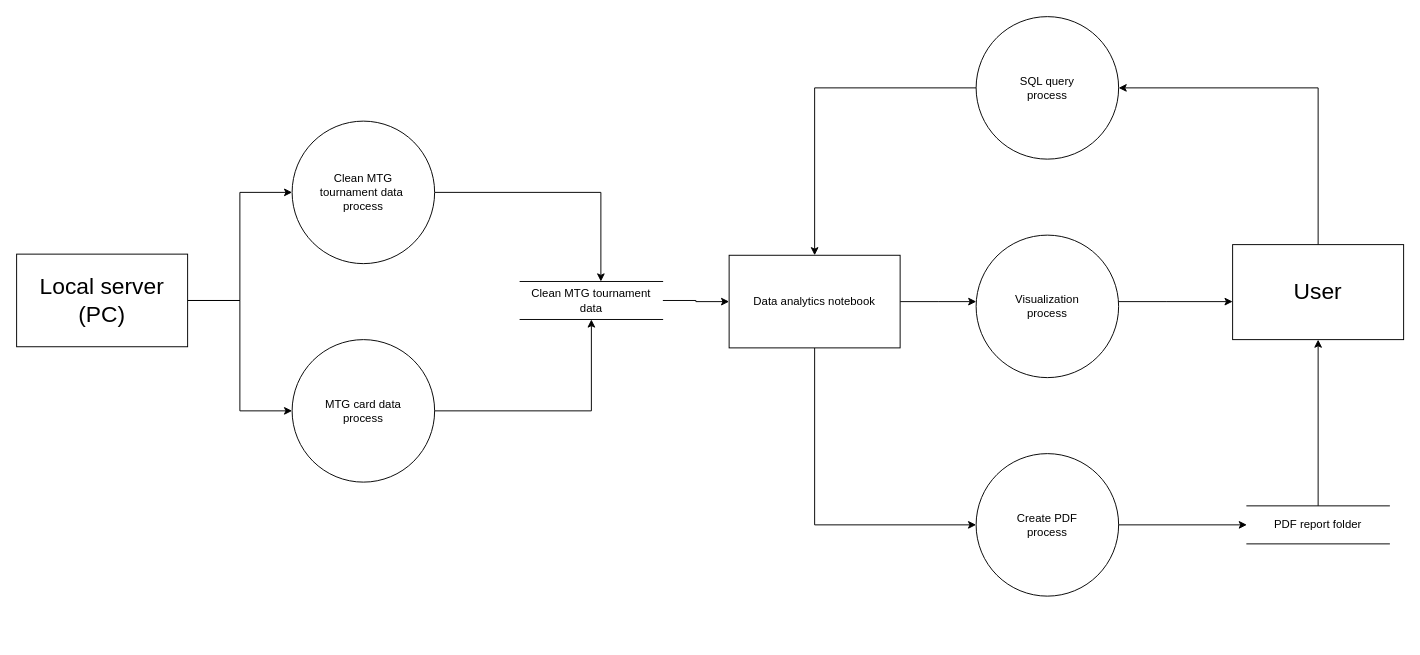
Earlier version of the draw.io diagram page "DFD-Level1" (2 of 3) of assets/images/portfolio/mcp-scrapper.drawio (gmarti-web/gmarti-web.github.io). Source tidied: cells renumbered, new cells numbered last; positions are measured from the earlier drawing's top-left corner, leaving out a move shared by most shapes. Both pictures are drawn from the tidied source at 95%, with x=0, y=0 at pixel (16, 16).
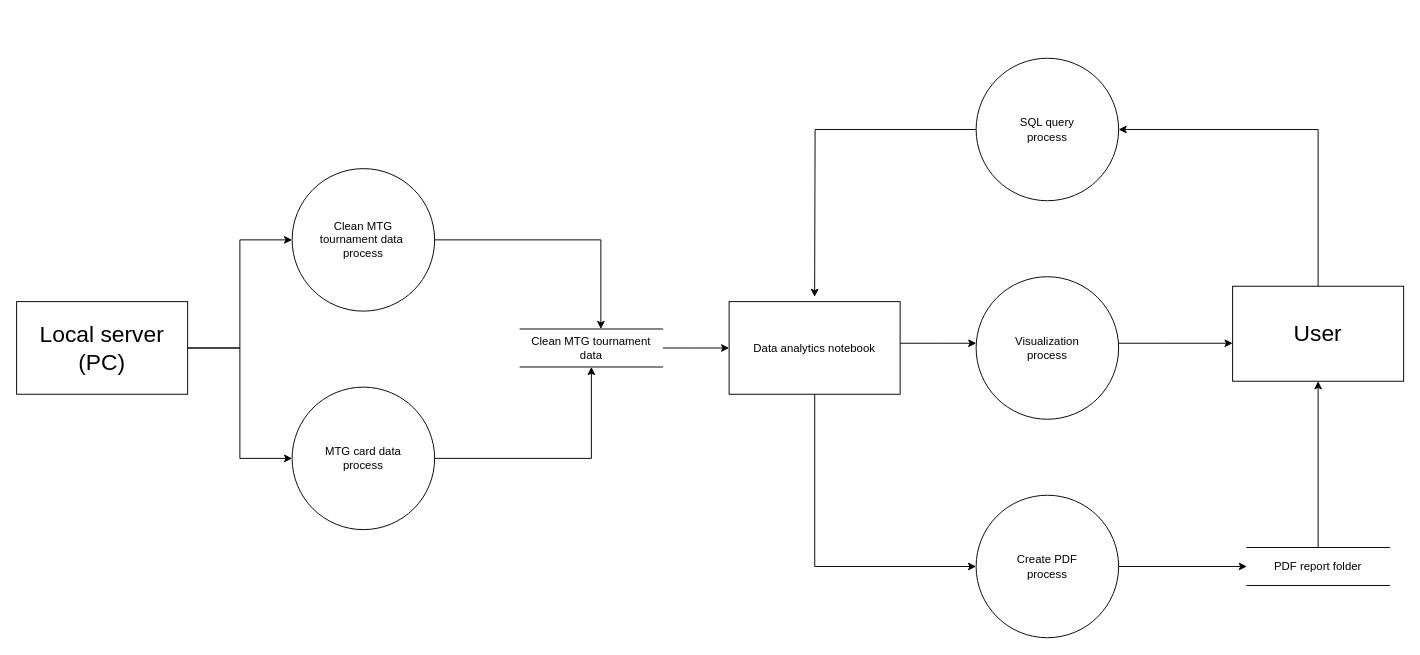
The same diagram, later.

Change to the diagram source:
```diff
@@
     <mxCell id="4" value="&lt;div&gt;&lt;font style=&quot;font-size: 24px;&quot;&gt;Local server&lt;/font&gt;&lt;/div&gt;&lt;div&gt;&lt;font style=&quot;font-size: 24px;&quot;&gt;(PC)&lt;/font&gt;&lt;/div&gt;" style="html=1;dashed=0;whiteSpace=wrap;" parent="1" vertex="1">
-      <mxGeometry y="250" width="180" height="97.5" as="geometry" />
+      <mxGeometry y="300" width="180" height="97.5" as="geometry" />
     </mxCell>
     <mxCell id="5" style="edgeStyle=orthogonalEdgeStyle;rounded=0;jettySize=auto;html=1;" parent="1" edge="1" source="6" target="10">
       <mxGeometry relative="1" as="geometry">
         <Array as="points">
-          <mxPoint x="615" y="185" />
+          <mxPoint x="615" y="235" />
         </Array>
       </mxGeometry>
     </mxCell>
     <mxCell id="6" value="&lt;div&gt;Clean MTG&lt;/div&gt;&lt;div&gt;tournament data&amp;nbsp;&lt;/div&gt;&lt;div&gt;process&lt;/div&gt;" style="shape=ellipse;html=1;dashed=0;whiteSpace=wrap;perimeter=ellipsePerimeter;" parent="1" vertex="1">
-      <mxGeometry x="290" y="110" width="150" height="150" as="geometry" />
+      <mxGeometry x="290" y="160" width="150" height="150" as="geometry" />
     </mxCell>
@@
     <mxCell id="8" value="&lt;div&gt;MTG card data&lt;/div&gt;&lt;div&gt;process&lt;/div&gt;" style="shape=ellipse;html=1;dashed=0;whiteSpace=wrap;perimeter=ellipsePerimeter;" parent="1" vertex="1">
-      <mxGeometry x="290" y="340" width="150" height="150" as="geometry" />
+      <mxGeometry x="290" y="390" width="150" height="150" as="geometry" />
     </mxCell>
@@
     <mxCell id="10" value="&lt;div&gt;Clean MTG tournament&lt;/div&gt;&lt;div&gt;data&lt;/div&gt;" style="html=1;dashed=0;whiteSpace=wrap;shape=partialRectangle;right=0;left=0;" parent="1" vertex="1">
-      <mxGeometry x="530" y="278.8" width="150" height="40" as="geometry" />
+      <mxGeometry x="530" y="328.8" width="150" height="40" as="geometry" />
     </mxCell>
-    <mxCell id="11" style="edgeStyle=orthogonalEdgeStyle;rounded=0;jettySize=auto;html=1;" parent="1" edge="1" source="13" target="19">
+    <mxCell id="11" style="edgeStyle=orthogonalEdgeStyle;rounded=0;jettySize=auto;html=1;" parent="1" edge="1" target="19">
       <mxGeometry relative="1" as="geometry">
+        <mxPoint x="930" y="343.8" as="sourcePoint" />
         <Array as="points">
-          <mxPoint x="970" y="300" />
-          <mxPoint x="970" y="300" />
+          <mxPoint x="970" y="343.8" />
+          <mxPoint x="970" y="343.8" />
         </Array>
       </mxGeometry>
     </mxCell>
-    <mxCell id="12" style="edgeStyle=orthogonalEdgeStyle;rounded=0;jettySize=auto;html=1;" parent="1" edge="1" source="13" target="21">
+    <mxCell id="12" style="edgeStyle=orthogonalEdgeStyle;rounded=0;jettySize=auto;html=1;" parent="1" edge="1" target="21">
       <mxGeometry relative="1" as="geometry">
+        <mxPoint x="840.1" y="392.5" as="sourcePoint" />
         <Array as="points">
-          <mxPoint x="840" y="535" />
+          <mxPoint x="840" y="578.8" />
         </Array>
       </mxGeometry>
     </mxCell>
     <mxCell id="13" value="Data analytics notebook" style="html=1;dashed=0;whiteSpace=wrap;" parent="1" vertex="1">
-      <mxGeometry x="750" y="251.2" width="180" height="97.5" as="geometry" />
+      <mxGeometry x="750" y="300" width="180" height="97.5" as="geometry" />
     </mxCell>
     <mxCell id="14" style="edgeStyle=orthogonalEdgeStyle;rounded=0;jettySize=auto;html=1;entryX=1;entryY=0.5;entryDx=0;entryDy=0;" parent="1" edge="1" source="15" target="17">
       <mxGeometry relative="1" as="geometry">
         <Array as="points">
-          <mxPoint x="1370" y="75" />
+          <mxPoint x="1370" y="118.8" />
         </Array>
       </mxGeometry>
     </mxCell>
     <mxCell id="15" value="&lt;font style=&quot;font-size: 24px;&quot;&gt;User&lt;/font&gt;" style="html=1;dashed=0;whiteSpace=wrap;" parent="1" vertex="1">
-      <mxGeometry x="1280" y="240" width="180" height="100" as="geometry" />
+      <mxGeometry x="1280" y="283.8" width="180" height="100" as="geometry" />
     </mxCell>
-    <mxCell id="16" style="edgeStyle=orthogonalEdgeStyle;rounded=0;jettySize=auto;html=1;entryX=0.5;entryY=0;entryDx=0;entryDy=0;" parent="1" edge="1" source="17" target="13">
-      <mxGeometry relative="1" as="geometry" />
+    <mxCell id="16" style="edgeStyle=orthogonalEdgeStyle;rounded=0;jettySize=auto;html=1;entryX=0.5;entryY=0;entryDx=0;entryDy=0;" parent="1" edge="1" source="17">
+      <mxGeometry relative="1" as="geometry">
+        <mxPoint x="840" y="295" as="targetPoint" />
+      </mxGeometry>
     </mxCell>
     <mxCell id="17" value="&lt;div&gt;SQL query&lt;/div&gt;&lt;div&gt;process&lt;/div&gt;" style="shape=ellipse;html=1;dashed=0;whiteSpace=wrap;perimeter=ellipsePerimeter;" parent="1" vertex="1">
-      <mxGeometry x="1010" width="150" height="150" as="geometry" />
+      <mxGeometry x="1010" y="43.8" width="150" height="150" as="geometry" />
     </mxCell>
     <mxCell id="18" style="edgeStyle=orthogonalEdgeStyle;rounded=0;jettySize=auto;html=1;" parent="1" edge="1" source="19" target="15">
       <mxGeometry relative="1" as="geometry">
         <Array as="points">
-          <mxPoint x="1210" y="300" />
-          <mxPoint x="1210" y="300" />
+          <mxPoint x="1210" y="343.8" />
+          <mxPoint x="1210" y="343.8" />
         </Array>
       </mxGeometry>
     </mxCell>
     <mxCell id="19" value="&lt;div&gt;Visualization&lt;/div&gt;&lt;div&gt;process&lt;/div&gt;" style="shape=ellipse;html=1;dashed=0;whiteSpace=wrap;perimeter=ellipsePerimeter;" parent="1" vertex="1">
-      <mxGeometry x="1010" y="230" width="150" height="150" as="geometry" />
+      <mxGeometry x="1010" y="273.8" width="150" height="150" as="geometry" />
     </mxCell>
@@
     <mxCell id="21" value="&lt;div&gt;Create PDF&lt;/div&gt;&lt;div&gt;process&lt;/div&gt;" style="shape=ellipse;html=1;dashed=0;whiteSpace=wrap;perimeter=ellipsePerimeter;" parent="1" vertex="1">
-      <mxGeometry x="1010" y="460" width="150" height="150" as="geometry" />
+      <mxGeometry x="1010" y="503.8" width="150" height="150" as="geometry" />
     </mxCell>
@@
     <mxCell id="23" value="PDF report folder" style="html=1;dashed=0;whiteSpace=wrap;shape=partialRectangle;right=0;left=0;" parent="1" vertex="1">
-      <mxGeometry x="1295" y="515" width="150" height="40" as="geometry" />
+      <mxGeometry x="1295" y="558.8" width="150" height="40" as="geometry" />
     </mxCell>
```
